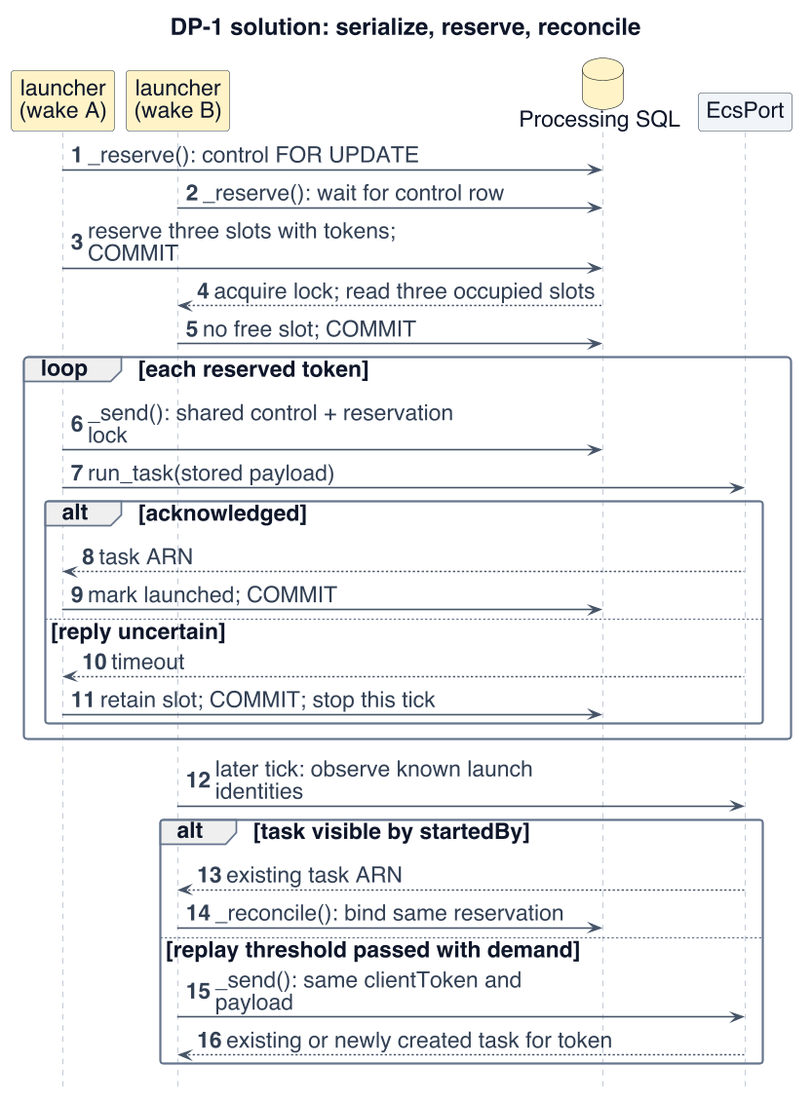
Before: project-documentation/final-report/figures/dp1-solution-sequence.png, a diagram exported from PlantUML (Collaboration95/dc2).
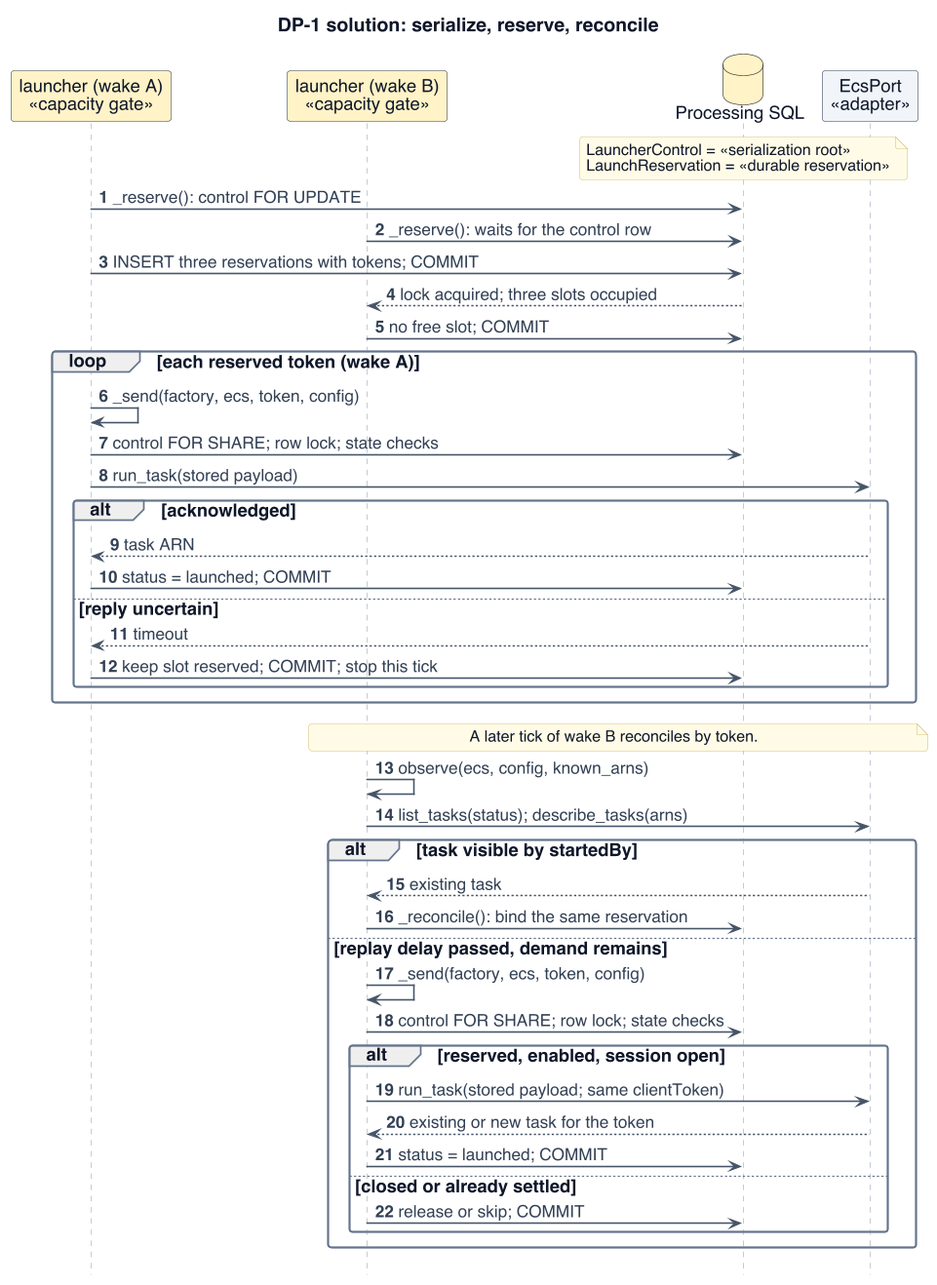
After the commit.

The edit, as a diff of the source:
```diff
@@ -1,13 +1,13 @@
 @startuml
 !include _style.iuml
-skinparam defaultFontSize 20
-skinparam ArrowFontSize 20
-skinparam classAttributeFontSize 18
-skinparam ClassStereotypeFontSize 17
-skinparam NoteFontSize 18
-skinparam titleFontSize 21
+skinparam defaultFontSize 16
+skinparam ArrowFontSize 15
+skinparam classAttributeFontSize 15
+skinparam ClassStereotypeFontSize 13
+skinparam NoteFontSize 14
+skinparam titleFontSize 17
 skinparam BoxPadding 8
-skinparam maxMessageSize 350
+skinparam maxMessageSize 400
 skinparam nodesep 22
 skinparam ranksep 22
 skinparam sequenceMessageAlign left
@@ -15,32 +15,46 @@
 hide circle
 title DP-1 solution: serialize, reserve, reconcile
 autonumber
-participant "launcher\n(wake A)" as a $PROC
-participant "launcher\n(wake B)" as b $PROC
+participant "launcher (wake A)\n«capacity gate»" as a $PROC
+participant "launcher (wake B)\n«capacity gate»" as b $PROC
 database "Processing SQL" as sql $PROC
-participant "EcsPort" as ecs $INFRA
+participant "EcsPort\n«adapter»" as ecs $INFRA
+note over sql
+ LauncherControl = «serialization root»
+ LaunchReservation = «durable reservation»
+end note
 a -> sql : _reserve(): control FOR UPDATE
-b -> sql : _reserve(): wait for control row
-a -> sql : reserve three slots with tokens; COMMIT
-sql --> b : acquire lock; read three occupied slots
+b -> sql : _reserve(): waits for the control row
+a -> sql : INSERT three reservations with tokens; COMMIT
+sql --> b : lock acquired; three slots occupied
 b -> sql : no free slot; COMMIT
-loop each reserved token
- a -> sql : _send(): shared control + reservation lock
+loop each reserved token (wake A)
+ a -> a : _send(factory, ecs, token, config)
+ a -> sql : control FOR SHARE; row lock; state checks
  a -> ecs : run_task(stored payload)
  alt acknowledged
   ecs --> a : task ARN
-  a -> sql : mark launched; COMMIT
+  a -> sql : status = launched; COMMIT
  else reply uncertain
   ecs --> a : timeout
-  a -> sql : retain slot; COMMIT; stop this tick
-  end
+  a -> sql : keep slot reserved; COMMIT; stop this tick
+ end
 end
-b -> ecs : later tick: observe known launch identities
+note over b,ecs : A later tick of wake B reconciles by token.
+b -> b : observe(ecs, config, known_arns)
+b -> ecs : list_tasks(status); describe_tasks(arns)
 alt task visible by startedBy
- ecs --> b : existing task ARN
- b -> sql : _reconcile(): bind same reservation
-else replay threshold passed with demand
- b -> ecs : _send(): same clientToken and payload
- ecs --> b : existing or newly created task for token
+ ecs --> b : existing task
+ b -> sql : _reconcile(): bind the same reservation
+else replay delay passed, demand remains
+ b -> b : _send(factory, ecs, token, config)
+ b -> sql : control FOR SHARE; row lock; state checks
+ alt reserved, enabled, session open
+  b -> ecs : run_task(stored payload; same clientToken)
+  ecs --> b : existing or new task for the token
+  b -> sql : status = launched; COMMIT
+ else closed or already settled
+  b -> sql : release or skip; COMMIT
+ end
 end
 @enduml
```
